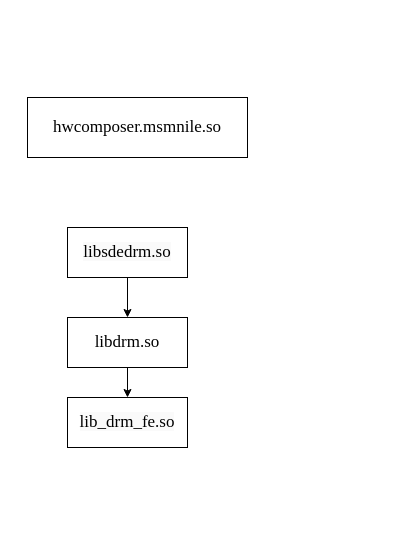
The draw.io diagram DRM.drawio in benjamin7007/video-sdk-samples, before the edit. Source tidied: cells renumbered, new cells numbered last; positions are measured from the earlier drawing's top-left corner, leaving out a move shared by most shapes. Both pictures are drawn from the tidied source at 100%, with x=0, y=0 at pixel (27, 97).
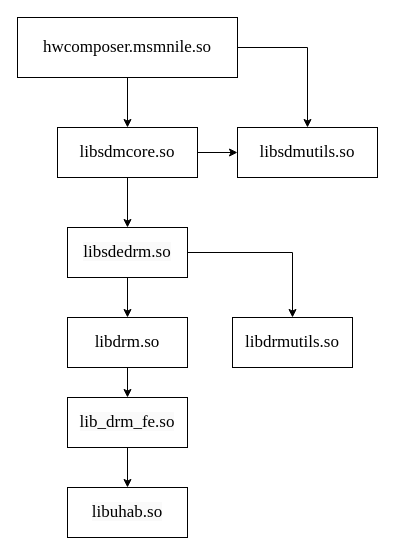
After the change.

Diff of the diagram source:
```diff
@@
 <mxGraphModel>
   <root>
     <mxCell id="0" />
     <mxCell id="1" parent="0" />
     <mxCell id="2" style="edgeStyle=orthogonalEdgeStyle;rounded=0;jettySize=auto;html=1;" parent="1" edge="1" source="3" target="4">
       <mxGeometry relative="1" as="geometry" />
     </mxCell>
     <mxCell id="3" value="&lt;span style=&quot;font-family: &amp;#34;vollkorn&amp;#34; , &amp;#34;palatino&amp;#34; , &amp;#34;times&amp;#34; ; font-size: 17px ; text-align: left ; background-color: rgb(255 , 255 , 255)&quot;&gt;libdrm.so&lt;/span&gt;" style="rounded=0;whiteSpace=wrap;html=1;" parent="1" vertex="1">
       <mxGeometry x="40" y="220" width="120" height="50" as="geometry" />
     </mxCell>
+    <mxCell id="8" style="edgeStyle=orthogonalEdgeStyle;rounded=0;jettySize=auto;html=1;" parent="1" edge="1" source="4" target="12">
+      <mxGeometry relative="1" as="geometry" />
+    </mxCell>
     <mxCell id="4" value="&lt;span style=&quot;font-family: &amp;#34;vollkorn&amp;#34; , &amp;#34;palatino&amp;#34; , &amp;#34;times&amp;#34; ; font-size: 17px ; text-align: left ; background-color: rgb(250 , 250 , 250)&quot;&gt;lib_drm_fe.so&lt;/span&gt;" style="rounded=0;whiteSpace=wrap;html=1;" parent="1" vertex="1">
       <mxGeometry x="40" y="300" width="120" height="50" as="geometry" />
     </mxCell>
     <mxCell id="5" style="edgeStyle=orthogonalEdgeStyle;rounded=0;jettySize=auto;html=1;" parent="1" edge="1" source="6" target="3">
       <mxGeometry relative="1" as="geometry" />
     </mxCell>
+    <mxCell id="9" style="edgeStyle=orthogonalEdgeStyle;rounded=0;jettySize=auto;html=1;" parent="1" edge="1" source="6" target="13">
+      <mxGeometry relative="1" as="geometry" />
+    </mxCell>
     <mxCell id="6" value="&lt;span style=&quot;font-family: &amp;#34;vollkorn&amp;#34; , &amp;#34;palatino&amp;#34; , &amp;#34;times&amp;#34; ; font-size: 17px ; text-align: left ; background-color: rgb(250 , 250 , 250)&quot;&gt;libsdedrm.so&lt;/span&gt;" style="rounded=0;whiteSpace=wrap;html=1;" parent="1" vertex="1">
       <mxGeometry x="40" y="130" width="120" height="50" as="geometry" />
     </mxCell>
+    <mxCell id="10" style="edgeStyle=orthogonalEdgeStyle;rounded=0;jettySize=auto;html=1;" parent="1" edge="1" source="7" target="16">
+      <mxGeometry relative="1" as="geometry" />
+    </mxCell>
+    <mxCell id="11" style="edgeStyle=orthogonalEdgeStyle;rounded=0;jettySize=auto;html=1;entryX=0.5;entryY=0;entryDx=0;entryDy=0;" parent="1" edge="1" source="7" target="17">
+      <mxGeometry relative="1" as="geometry">
+        <Array as="points">
+          <mxPoint x="280" y="-50" />
+        </Array>
+      </mxGeometry>
+    </mxCell>
     <mxCell id="7" value="&lt;span style=&quot;font-family: &amp;#34;vollkorn&amp;#34; , &amp;#34;palatino&amp;#34; , &amp;#34;times&amp;#34; ; font-size: 17px ; text-align: left ; background-color: rgb(255 , 255 , 255)&quot;&gt;hwcomposer.msmnile.so&lt;/span&gt;" style="rounded=0;whiteSpace=wrap;html=1;" parent="1" vertex="1">
-      <mxGeometry width="220" height="60" as="geometry" />
+      <mxGeometry x="-10" y="-80" width="220" height="60" as="geometry" />
     </mxCell>
+    <mxCell id="12" value="&lt;span style=&quot;font-family: &amp;#34;vollkorn&amp;#34; , &amp;#34;palatino&amp;#34; , &amp;#34;times&amp;#34; ; font-size: 17px ; text-align: left ; background-color: rgb(250 , 250 , 250)&quot;&gt;libuhab.so&lt;/span&gt;" style="rounded=0;whiteSpace=wrap;html=1;" parent="1" vertex="1">
+      <mxGeometry x="40" y="390" width="120" height="50" as="geometry" />
+    </mxCell>
+    <mxCell id="13" value="&lt;div style=&quot;text-align: left&quot;&gt;&lt;span style=&quot;font-size: 17px&quot;&gt;&lt;font face=&quot;vollkorn, palatino, times&quot;&gt;libdrmutils.so&lt;/font&gt;&lt;/span&gt;&lt;/div&gt;" style="rounded=0;whiteSpace=wrap;html=1;" parent="1" vertex="1">
+      <mxGeometry x="205" y="220" width="120" height="50" as="geometry" />
+    </mxCell>
+    <mxCell id="14" style="edgeStyle=orthogonalEdgeStyle;rounded=0;jettySize=auto;html=1;" parent="1" edge="1" source="16" target="6">
+      <mxGeometry relative="1" as="geometry" />
+    </mxCell>
+    <mxCell id="15" style="edgeStyle=orthogonalEdgeStyle;rounded=0;jettySize=auto;html=1;" parent="1" edge="1" source="16" target="17">
+      <mxGeometry relative="1" as="geometry" />
+    </mxCell>
+    <mxCell id="16" value="&lt;span style=&quot;font-family: &amp;#34;vollkorn&amp;#34; , &amp;#34;palatino&amp;#34; , &amp;#34;times&amp;#34; ; font-size: 17px ; text-align: left ; background-color: rgb(255 , 255 , 255)&quot;&gt;libsdmcore&lt;/span&gt;&lt;span style=&quot;font-family: &amp;#34;vollkorn&amp;#34; , &amp;#34;palatino&amp;#34; , &amp;#34;times&amp;#34; ; font-size: 17px ; text-align: left&quot;&gt;.so&lt;/span&gt;&lt;span style=&quot;font-family: &amp;#34;vollkorn&amp;#34; , &amp;#34;palatino&amp;#34; , &amp;#34;times&amp;#34; ; font-size: 17px ; text-align: left ; background-color: rgb(255 , 255 , 255)&quot;&gt;&lt;br&gt;&lt;/span&gt;" style="rounded=0;whiteSpace=wrap;html=1;" parent="1" vertex="1">
+      <mxGeometry x="30" y="30" width="140" height="50" as="geometry" />
+    </mxCell>
+    <mxCell id="17" value="&lt;span style=&quot;text-align: left ; background-color: rgb(255 , 255 , 255)&quot;&gt;&lt;font face=&quot;vollkorn, palatino, times&quot;&gt;&lt;span style=&quot;font-size: 17px&quot;&gt;libsdmutils.so&lt;/span&gt;&lt;/font&gt;&lt;br&gt;&lt;/span&gt;" style="rounded=0;whiteSpace=wrap;html=1;" parent="1" vertex="1">
+      <mxGeometry x="210" y="30" width="140" height="50" as="geometry" />
+    </mxCell>
   </root>
 </mxGraphModel>
```
